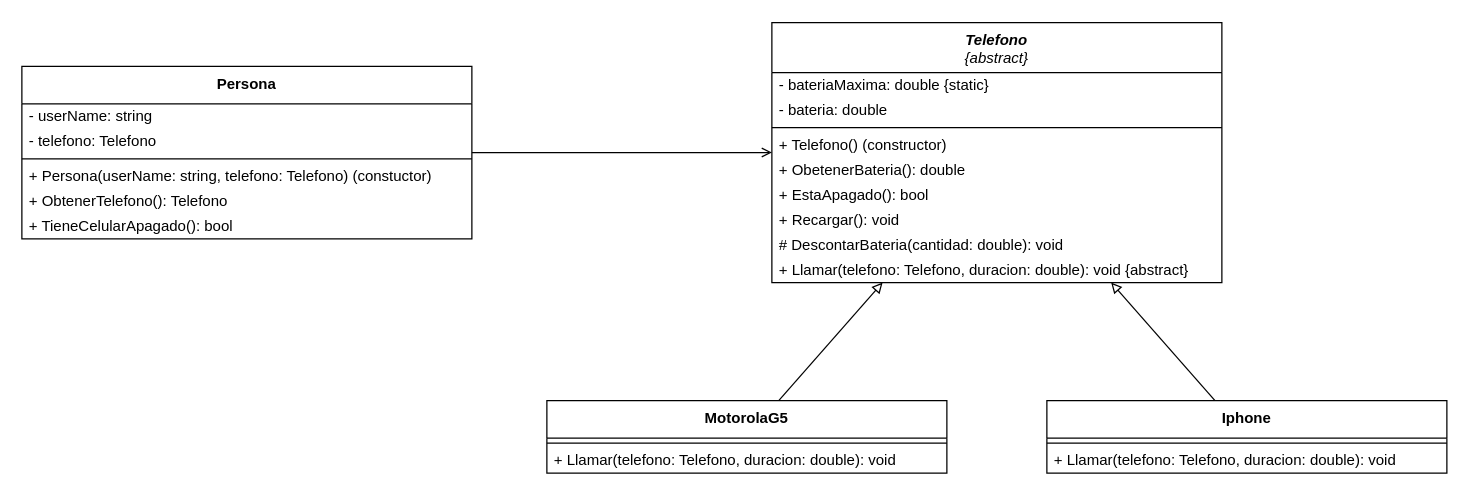
gastonjavierricchiardi/ejercicios-csharp-utn-2026 keeps this draw.io diagram as src/Herencia/Herencia03_celulares/Herencia03_CS.dio. Above is the earlier version. Source tidied: cells renumbered, new cells numbered last; positions are measured from the earlier drawing's top-left corner, leaving out a move shared by most shapes. Both pictures are drawn from the tidied source at 125%, with x=0, y=0 at pixel (21, 22).
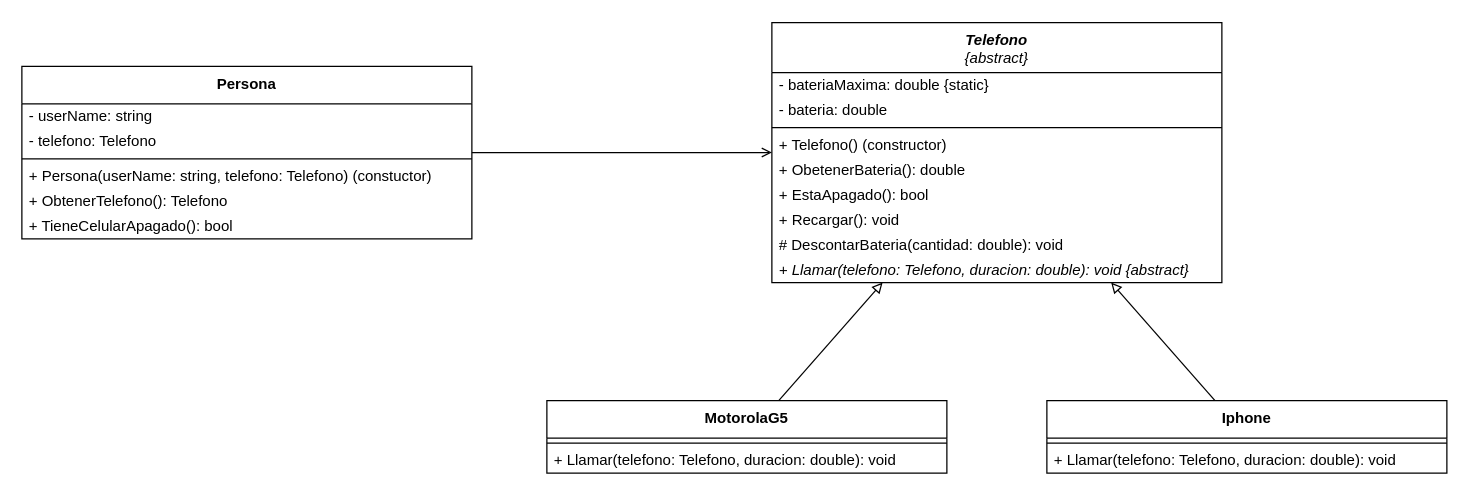
The same page after the edit.

Commit message:
Cerramos el UML

Unchanged cells that the change refers to:
```xml
<mxCell id="2" value="&lt;i&gt;&lt;b&gt;Telefono&lt;/b&gt;&lt;br&gt;{abstract}&lt;/i&gt;" style="swimlane;fontStyle=0;align=center;verticalAlign=top;horizontal=1;startSize=40;html=1;whiteSpace=wrap;" parent="1" vertex="1">
  <mxGeometry x="600" y="-0.5" width="360" height="208" as="geometry" />
</mxCell>
```

Change to the diagram source:
```diff
@@
-    <mxCell id="11" value="+ Llamar(telefono: Telefono, duracion: double): void {abstract}" style="text;html=1;strokeColor=none;fillColor=none;align=left;verticalAlign=middle;spacingLeft=4;spacingRight=4;overflow=hidden;whiteSpace=wrap;" parent="2" vertex="1">
+    <mxCell id="11" value="&lt;i&gt;+ Llamar(telefono: Telefono, duracion: double): void {abstract}&lt;/i&gt;" style="text;html=1;strokeColor=none;fillColor=none;align=left;verticalAlign=middle;spacingLeft=4;spacingRight=4;overflow=hidden;whiteSpace=wrap;" parent="2" vertex="1">
       <mxGeometry y="188" width="360" height="20" as="geometry" />
     </mxCell>
```
